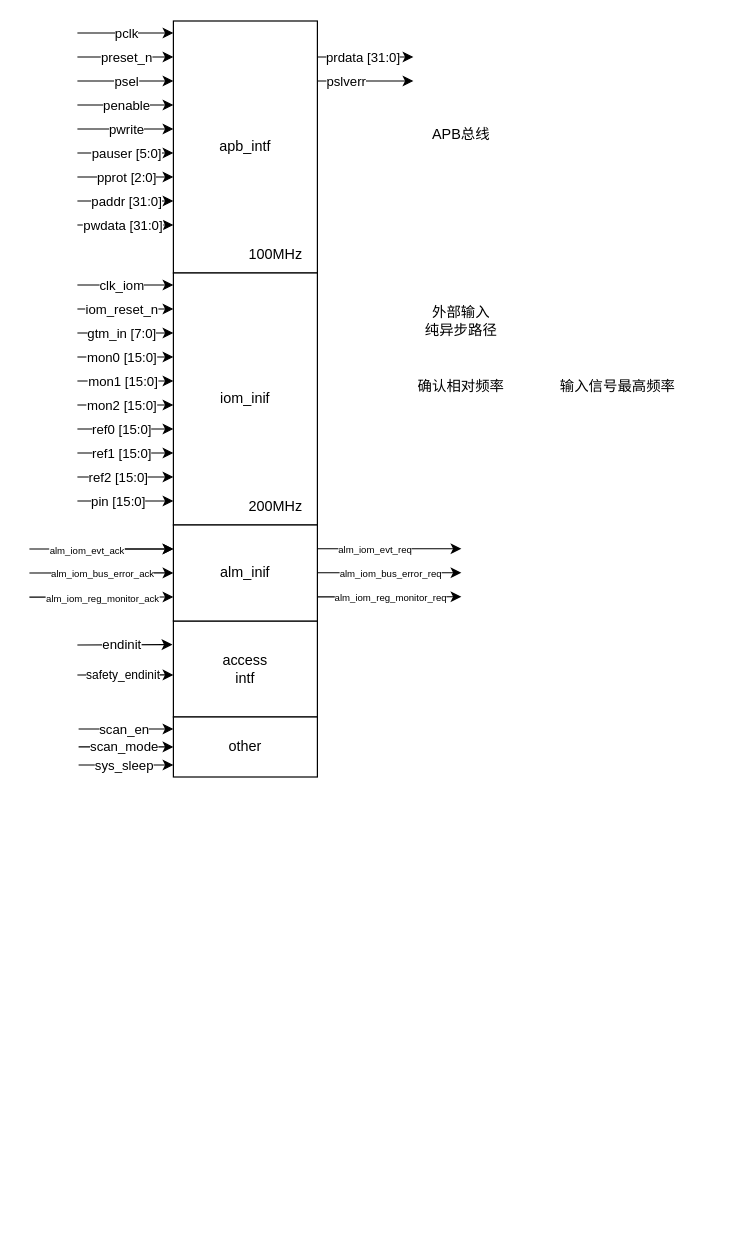
The draw.io diagram page "interface" (1 of 8) of drawio/iom.drawio in iceyxy/flow-chart-drawio, before the edit. Source tidied: cells renumbered, new cells numbered last; positions are measured from the earlier drawing's top-left corner, leaving out a move shared by most shapes. Both pictures are drawn from the tidied source at 120%, with x=0, y=0 at pixel (29, 20).
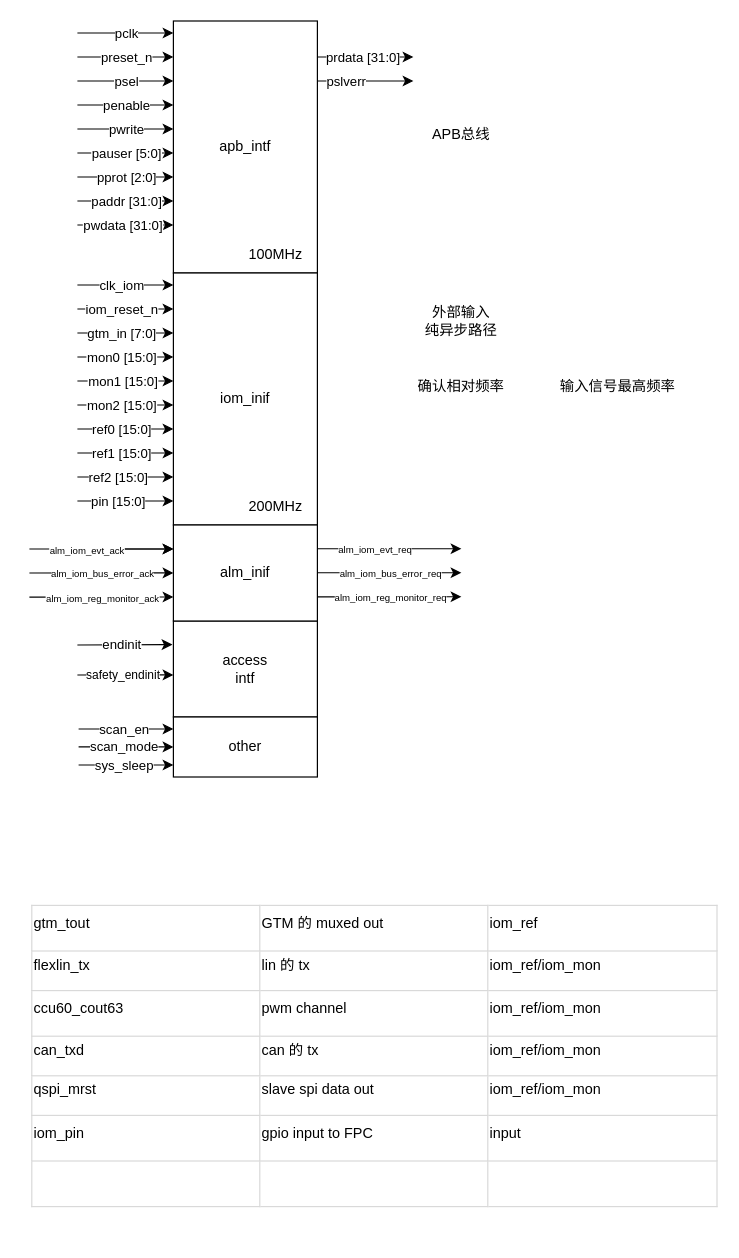
The same page after the edit.

What changed in the source:
```diff
@@
+    <mxCell id="79" value="&lt;div class=&quot;lake-content&quot;&gt;&lt;table id=&quot;lOzjf&quot; class=&quot;ne-table&quot; style=&quot;table-layout: fixed; border-collapse: collapse; border: 1px solid #d9d9d9; width: 562px&quot;&gt;&lt;tbody&gt;&lt;tr style=&quot;height: 38px&quot;&gt;&lt;td width=&quot;187&quot; style=&quot;border: 1px solid #d9d9d9&quot;&gt;&lt;p id=&quot;u2f668776&quot; class=&quot;ne-p&quot; style=&quot;margin: 0; padding: 0; min-height: 24px&quot;&gt;&lt;span class=&quot;ne-text&quot;&gt;gtm_tout&lt;/span&gt;&lt;/p&gt;&lt;/td&gt;&lt;td width=&quot;187&quot; style=&quot;border: 1px solid #d9d9d9&quot;&gt;&lt;p id=&quot;u49332786&quot; class=&quot;ne-p&quot; style=&quot;margin: 0; padding: 0; min-height: 24px&quot;&gt;&lt;span class=&quot;ne-text&quot;&gt;GTM 的 muxed out&lt;/span&gt;&lt;/p&gt;&lt;/td&gt;&lt;td width=&quot;188&quot; style=&quot;border: 1px solid #d9d9d9&quot;&gt;&lt;p id=&quot;u4cab9a16&quot; class=&quot;ne-p&quot; style=&quot;margin: 0; padding: 0; min-height: 24px&quot;&gt;&lt;span class=&quot;ne-text&quot;&gt;iom_ref&lt;/span&gt;&lt;/p&gt;&lt;/td&gt;&lt;/tr&gt;&lt;tr style=&quot;height: 33px&quot;&gt;&lt;td width=&quot;187&quot; style=&quot;border: 1px solid #d9d9d9&quot;&gt;&lt;p id=&quot;ubf58852a&quot; class=&quot;ne-p&quot; style=&quot;margin: 0; padding: 0; min-height: 24px&quot;&gt;&lt;span class=&quot;ne-text&quot;&gt;flexlin_tx&lt;/span&gt;&lt;/p&gt;&lt;/td&gt;&lt;td width=&quot;187&quot; style=&quot;border: 1px solid #d9d9d9&quot;&gt;&lt;p id=&quot;ueda9f3b3&quot; class=&quot;ne-p&quot; style=&quot;margin: 0; padding: 0; min-height: 24px&quot;&gt;&lt;span class=&quot;ne-text&quot;&gt;lin 的 tx&lt;/span&gt;&lt;/p&gt;&lt;/td&gt;&lt;td width=&quot;188&quot; style=&quot;border: 1px solid #d9d9d9&quot;&gt;&lt;p id=&quot;u406d62dc&quot; class=&quot;ne-p&quot; style=&quot;margin: 0; padding: 0; min-height: 24px&quot;&gt;&lt;span class=&quot;ne-text&quot;&gt;iom_ref/iom_mon&lt;/span&gt;&lt;/p&gt;&lt;/td&gt;&lt;/tr&gt;&lt;tr style=&quot;height: 38px&quot;&gt;&lt;td width=&quot;187&quot; style=&quot;border: 1px solid #d9d9d9&quot;&gt;&lt;p id=&quot;uc551865d&quot; class=&quot;ne-p&quot; style=&quot;margin: 0; padding: 0; min-height: 24px&quot;&gt;&lt;span class=&quot;ne-text&quot;&gt;ccu60_cout63&lt;/span&gt;&lt;/p&gt;&lt;/td&gt;&lt;td width=&quot;187&quot; style=&quot;border: 1px solid #d9d9d9&quot;&gt;&lt;p id=&quot;u16d60eac&quot; class=&quot;ne-p&quot; style=&quot;margin: 0; padding: 0; min-height: 24px&quot;&gt;&lt;span class=&quot;ne-text&quot;&gt;pwm channel&lt;/span&gt;&lt;/p&gt;&lt;/td&gt;&lt;td width=&quot;188&quot; style=&quot;border: 1px solid #d9d9d9&quot;&gt;&lt;p id=&quot;ube2c8fd0&quot; class=&quot;ne-p&quot; style=&quot;margin: 0; padding: 0; min-height: 24px&quot;&gt;&lt;span class=&quot;ne-text&quot;&gt;iom_ref/iom_mon&lt;/span&gt;&lt;/p&gt;&lt;/td&gt;&lt;/tr&gt;&lt;tr style=&quot;height: 33px&quot;&gt;&lt;td width=&quot;187&quot; style=&quot;border: 1px solid #d9d9d9&quot;&gt;&lt;p id=&quot;u1251ff4f&quot; class=&quot;ne-p&quot; style=&quot;margin: 0; padding: 0; min-height: 24px&quot;&gt;&lt;span class=&quot;ne-text&quot;&gt;can_txd&lt;/span&gt;&lt;/p&gt;&lt;/td&gt;&lt;td width=&quot;187&quot; style=&quot;border: 1px solid #d9d9d9&quot;&gt;&lt;p id=&quot;u9b2cc4a6&quot; class=&quot;ne-p&quot; style=&quot;margin: 0; padding: 0; min-height: 24px&quot;&gt;&lt;span class=&quot;ne-text&quot;&gt;can 的 tx&lt;/span&gt;&lt;/p&gt;&lt;/td&gt;&lt;td width=&quot;188&quot; style=&quot;border: 1px solid #d9d9d9&quot;&gt;&lt;p id=&quot;uc7e74ee9&quot; class=&quot;ne-p&quot; style=&quot;margin: 0; padding: 0; min-height: 24px&quot;&gt;&lt;span class=&quot;ne-text&quot;&gt;iom_ref/iom_mon&lt;/span&gt;&lt;/p&gt;&lt;/td&gt;&lt;/tr&gt;&lt;tr style=&quot;height: 33px&quot;&gt;&lt;td width=&quot;187&quot; style=&quot;border: 1px solid #d9d9d9&quot;&gt;&lt;p id=&quot;uf2d722d5&quot; class=&quot;ne-p&quot; style=&quot;margin: 0; padding: 0; min-height: 24px&quot;&gt;&lt;span class=&quot;ne-text&quot;&gt;qspi_mrst&lt;/span&gt;&lt;/p&gt;&lt;/td&gt;&lt;td width=&quot;187&quot; style=&quot;border: 1px solid #d9d9d9&quot;&gt;&lt;p id=&quot;ucc6831f9&quot; class=&quot;ne-p&quot; style=&quot;margin: 0; padding: 0; min-height: 24px&quot;&gt;&lt;span class=&quot;ne-text&quot;&gt;slave spi data out&lt;/span&gt;&lt;/p&gt;&lt;/td&gt;&lt;td width=&quot;188&quot; style=&quot;border: 1px solid #d9d9d9&quot;&gt;&lt;p id=&quot;uec4759a8&quot; class=&quot;ne-p&quot; style=&quot;margin: 0; padding: 0; min-height: 24px&quot;&gt;&lt;span class=&quot;ne-text&quot;&gt;iom_ref/iom_mon&lt;/span&gt;&lt;/p&gt;&lt;/td&gt;&lt;/tr&gt;&lt;tr style=&quot;height: 38px&quot;&gt;&lt;td width=&quot;187&quot; style=&quot;border: 1px solid #d9d9d9&quot;&gt;&lt;p id=&quot;ue71a8780&quot; class=&quot;ne-p&quot; style=&quot;margin: 0; padding: 0; min-height: 24px&quot;&gt;&lt;span class=&quot;ne-text&quot;&gt;iom_pin&lt;/span&gt;&lt;/p&gt;&lt;/td&gt;&lt;td width=&quot;187&quot; style=&quot;border: 1px solid #d9d9d9&quot;&gt;&lt;p id=&quot;u4ad3d10c&quot; class=&quot;ne-p&quot; style=&quot;margin: 0; padding: 0; min-height: 24px&quot;&gt;&lt;span class=&quot;ne-text&quot;&gt;gpio input to FPC&lt;/span&gt;&lt;/p&gt;&lt;/td&gt;&lt;td width=&quot;188&quot; style=&quot;border: 1px solid #d9d9d9&quot;&gt;&lt;p id=&quot;uc2ddafbb&quot; class=&quot;ne-p&quot; style=&quot;margin: 0; padding: 0; min-height: 24px&quot;&gt;&lt;span class=&quot;ne-text&quot;&gt;input&lt;/span&gt;&lt;/p&gt;&lt;/td&gt;&lt;/tr&gt;&lt;tr style=&quot;height: 38px&quot;&gt;&lt;td width=&quot;187&quot; style=&quot;border: 1px solid #d9d9d9&quot;&gt;&lt;p id=&quot;u0cd404c7&quot; class=&quot;ne-p&quot; style=&quot;margin: 0; padding: 0; min-height: 24px&quot;&gt;&lt;span class=&quot;ne-text&quot;&gt;&lt;/span&gt;&lt;/p&gt;&lt;/td&gt;&lt;td width=&quot;187&quot; style=&quot;border: 1px solid #d9d9d9&quot;&gt;&lt;p id=&quot;ubb77645c&quot; class=&quot;ne-p&quot; style=&quot;margin: 0; padding: 0; min-height: 24px&quot;&gt;&lt;span class=&quot;ne-text&quot;&gt;&lt;/span&gt;&lt;/p&gt;&lt;/td&gt;&lt;td width=&quot;188&quot; style=&quot;border: 1px solid #d9d9d9&quot;&gt;&lt;p id=&quot;ud6f7e77b&quot; class=&quot;ne-p&quot; style=&quot;margin: 0; padding: 0; min-height: 24px&quot;&gt;&lt;span class=&quot;ne-text&quot;&gt;&lt;/span&gt;&lt;/p&gt;&lt;/td&gt;&lt;/tr&gt;&lt;/tbody&gt;&lt;/table&gt;&lt;p id=&quot;u14ae8642&quot; class=&quot;ne-p&quot; style=&quot;margin: 0; padding: 0; min-height: 24px&quot;&gt;&lt;span class=&quot;ne-text&quot;&gt;&lt;/span&gt;&lt;/p&gt;&lt;/div&gt;" style="text;whiteSpace=wrap;html=1;" parent="1" vertex="1">
+      <mxGeometry y="730" width="520" height="260" as="geometry" />
+    </mxCell>
```
